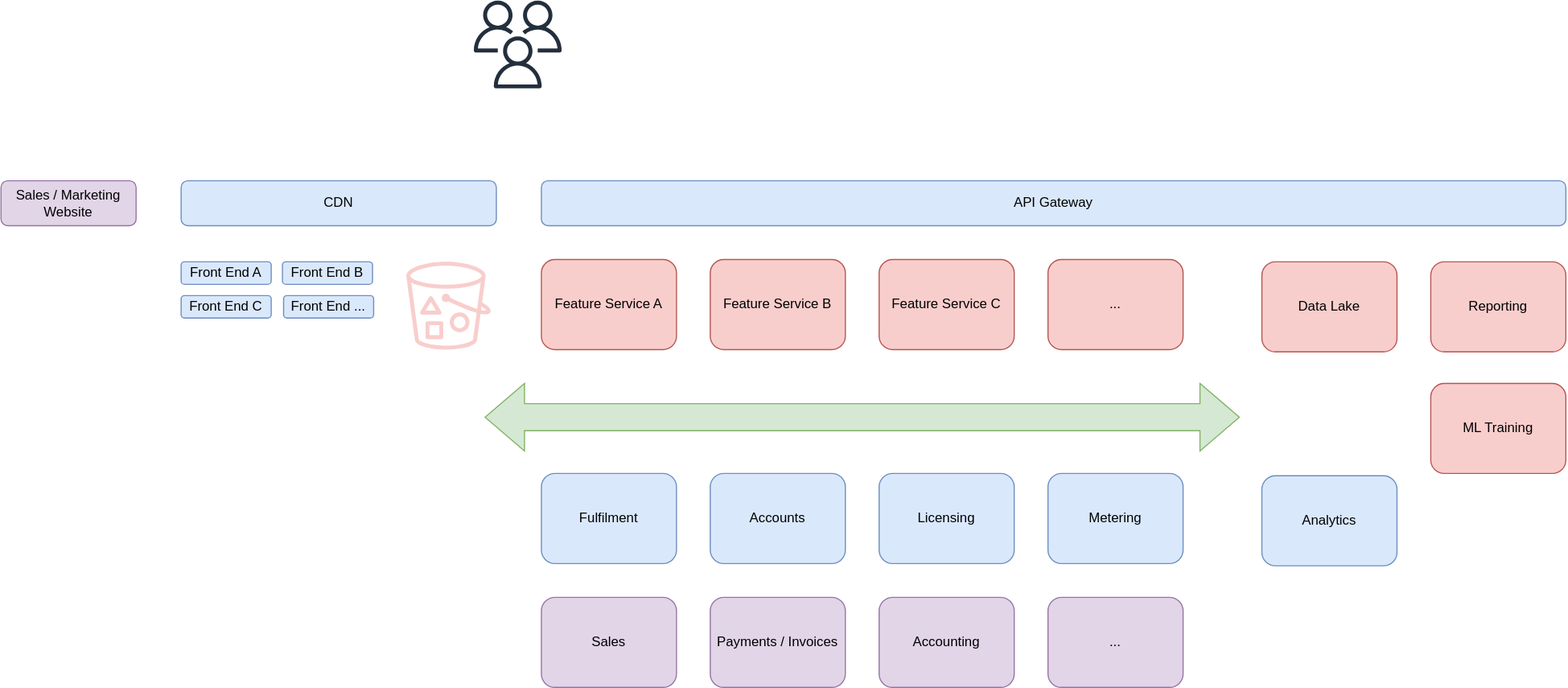
Before: assets/images/sass-architecture.svg, a diagram exported from draw.io (TheCandidStartup/TheCandidStartup.github.io). Source tidied: cells renumbered, new cells last; positions are measured from the earlier drawing's top-left corner, leaving out a move shared by most shapes.
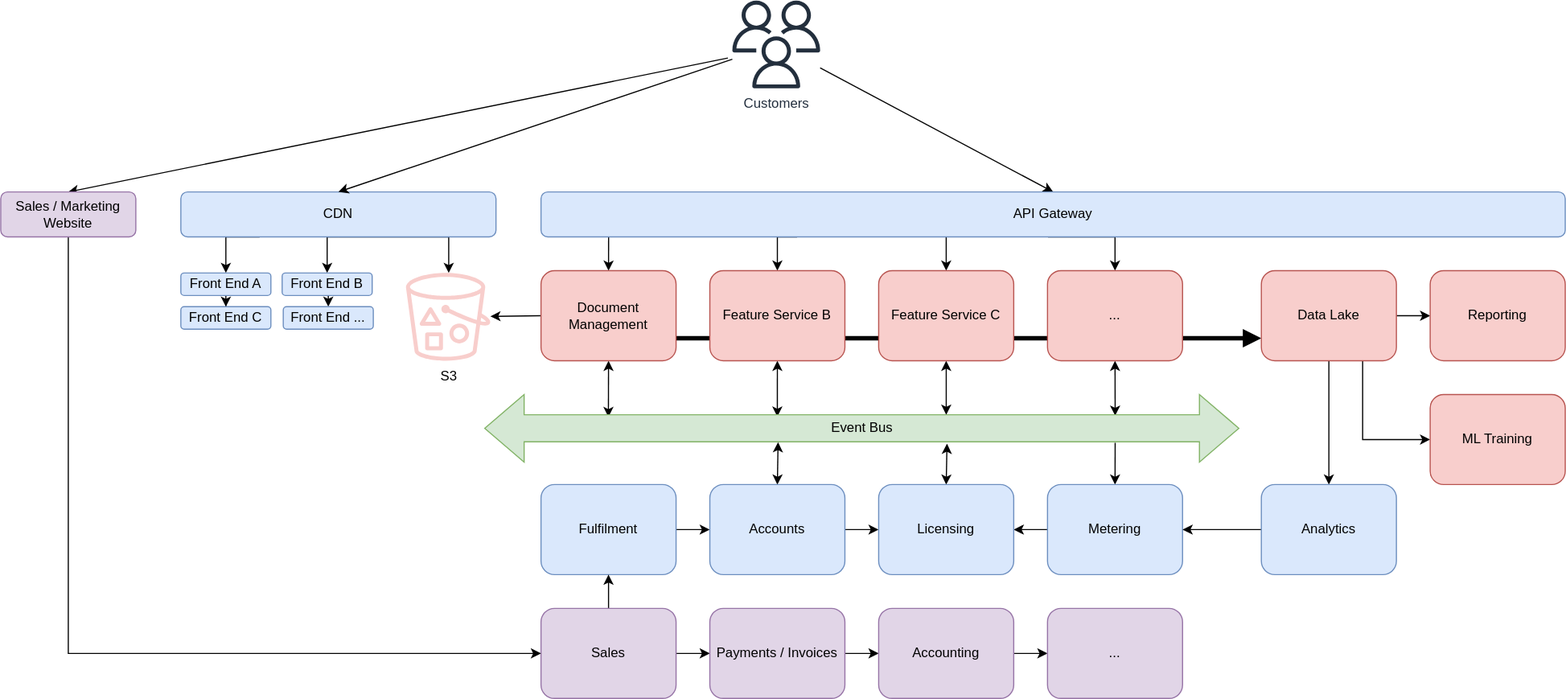
Above is the later version.

Change to the diagram source:
```diff
@@ -2,45 +2,132 @@
   <root>
     <mxCell id="0" />
     <mxCell id="1" parent="0" />
+    <mxCell id="28" style="edgeStyle=orthogonalEdgeStyle;rounded=0;jettySize=auto;html=1;exitX=0.5;exitY=1;exitDx=0;exitDy=0;startArrow=none;startFill=0;endArrow=classic;endFill=1;" parent="1" edge="1" source="12" target="13">
+      <mxGeometry relative="1" as="geometry">
+        <Array as="points">
+          <mxPoint x="398" y="200" />
+        </Array>
+      </mxGeometry>
+    </mxCell>
+    <mxCell id="29" style="edgeStyle=none;rounded=0;jettySize=auto;html=1;exitX=0.5;exitY=0;exitDx=0;exitDy=0;entryX=0.066;entryY=1;entryDx=0;entryDy=0;entryPerimeter=0;startArrow=classic;startFill=1;endArrow=none;endFill=0;" parent="1" edge="1" source="2" target="11">
+      <mxGeometry relative="1" as="geometry" />
+    </mxCell>
+    <mxCell id="30" style="rounded=0;jettySize=auto;html=1;exitX=0.5;exitY=1;exitDx=0;exitDy=0;entryX=0.164;entryY=0.333;entryDx=0;entryDy=0;entryPerimeter=0;startArrow=classic;startFill=1;endArrow=classic;endFill=1;" parent="1" edge="1" source="2" target="6">
+      <mxGeometry relative="1" as="geometry" />
+    </mxCell>
+    <mxCell id="31" style="edgeStyle=none;rounded=0;jettySize=auto;html=1;exitX=0;exitY=0.5;exitDx=0;exitDy=0;startArrow=none;startFill=0;endArrow=classic;endFill=1;" parent="1" edge="1" source="2" target="13">
+      <mxGeometry relative="1" as="geometry" />
+    </mxCell>
+    <mxCell id="32" style="edgeStyle=none;rounded=0;jettySize=auto;html=1;exitX=1;exitY=0.75;exitDx=0;exitDy=0;entryX=0;entryY=0.75;entryDx=0;entryDy=0;startArrow=none;startFill=0;endArrow=block;endFill=1;strokeWidth=4;" parent="1" edge="1" source="2" target="24">
+      <mxGeometry relative="1" as="geometry" />
+    </mxCell>
-    <mxCell id="2" value="Feature Service A" style="rounded=1;whiteSpace=wrap;html=1;fillColor=#f8cecc;strokeColor=#b85450;" parent="1" vertex="1">
+    <mxCell id="2" value="Document Management" style="rounded=1;whiteSpace=wrap;html=1;fillColor=#f8cecc;strokeColor=#b85450;" parent="1" vertex="1">
       <mxGeometry x="480" y="230" width="120" height="80" as="geometry" />
     </mxCell>
+    <mxCell id="33" style="edgeStyle=orthogonalEdgeStyle;rounded=0;jettySize=auto;html=1;exitX=0.5;exitY=0;exitDx=0;exitDy=0;entryX=0.25;entryY=1;entryDx=0;entryDy=0;startArrow=classic;startFill=1;endArrow=none;endFill=0;" parent="1" edge="1" source="3" target="11">
+      <mxGeometry relative="1" as="geometry">
+        <Array as="points">
+          <mxPoint x="690" y="200" />
+        </Array>
+      </mxGeometry>
+    </mxCell>
+    <mxCell id="34" style="edgeStyle=none;rounded=0;jettySize=auto;html=1;exitX=0.5;exitY=1;exitDx=0;exitDy=0;entryX=0.388;entryY=0.328;entryDx=0;entryDy=0;entryPerimeter=0;startArrow=classic;startFill=1;endArrow=classic;endFill=1;" parent="1" edge="1" source="3" target="6">
+      <mxGeometry relative="1" as="geometry" />
+    </mxCell>
     <mxCell id="3" value="Feature Service B" style="rounded=1;whiteSpace=wrap;html=1;fillColor=#f8cecc;strokeColor=#b85450;" parent="1" vertex="1">
       <mxGeometry x="630" y="230" width="120" height="80" as="geometry" />
     </mxCell>
+    <mxCell id="35" style="edgeStyle=orthogonalEdgeStyle;rounded=0;jettySize=auto;html=1;exitX=0.5;exitY=0;exitDx=0;exitDy=0;entryX=0.495;entryY=1;entryDx=0;entryDy=0;entryPerimeter=0;startArrow=classic;startFill=1;endArrow=none;endFill=0;" parent="1" edge="1" source="4" target="11">
+      <mxGeometry relative="1" as="geometry">
+        <Array as="points">
+          <mxPoint x="990" y="200" />
+        </Array>
+      </mxGeometry>
+    </mxCell>
+    <mxCell id="36" style="edgeStyle=none;rounded=0;jettySize=auto;html=1;exitX=0.5;exitY=1;exitDx=0;exitDy=0;entryX=0.836;entryY=0.314;entryDx=0;entryDy=0;entryPerimeter=0;startArrow=classic;startFill=1;endArrow=classic;endFill=1;" parent="1" edge="1" source="4" target="6">
+      <mxGeometry relative="1" as="geometry" />
+    </mxCell>
     <mxCell id="4" value="..." style="rounded=1;whiteSpace=wrap;html=1;fillColor=#f8cecc;strokeColor=#b85450;" parent="1" vertex="1">
       <mxGeometry x="930" y="230" width="120" height="80" as="geometry" />
     </mxCell>
+    <mxCell id="37" style="edgeStyle=orthogonalEdgeStyle;rounded=0;jettySize=auto;html=1;exitX=0.5;exitY=0;exitDx=0;exitDy=0;startArrow=classic;startFill=1;endArrow=none;endFill=0;" parent="1" edge="1" source="5" target="11">
+      <mxGeometry relative="1" as="geometry">
+        <Array as="points">
+          <mxPoint x="880" y="200" />
+          <mxPoint x="880" y="200" />
+        </Array>
+      </mxGeometry>
+    </mxCell>
+    <mxCell id="38" style="edgeStyle=none;rounded=0;jettySize=auto;html=1;exitX=0.5;exitY=1;exitDx=0;exitDy=0;entryX=0.612;entryY=0.3;entryDx=0;entryDy=0;entryPerimeter=0;startArrow=classic;startFill=1;endArrow=classic;endFill=1;" parent="1" edge="1" source="5" target="6">
+      <mxGeometry relative="1" as="geometry" />
+    </mxCell>
     <mxCell id="5" value="Feature Service C" style="rounded=1;whiteSpace=wrap;html=1;fillColor=#f8cecc;strokeColor=#b85450;" parent="1" vertex="1">
       <mxGeometry x="780" y="230" width="120" height="80" as="geometry" />
     </mxCell>
-    <mxCell id="6" style="html=1;shadow=0;dashed=0;align=center;verticalAlign=middle;shape=mxgraph.arrows2.twoWayArrow;dy=0.6;dx=35;fillColor=#d5e8d4;strokeColor=#82b366;" parent="1" vertex="1">
+    <mxCell id="6" value="Event Bus" style="html=1;shadow=0;dashed=0;align=center;verticalAlign=middle;shape=mxgraph.arrows2.twoWayArrow;dy=0.6;dx=35;fillColor=#d5e8d4;strokeColor=#82b366;" parent="1" vertex="1">
       <mxGeometry x="430" y="340" width="670" height="60" as="geometry" />
     </mxCell>
+    <mxCell id="39" style="edgeStyle=none;rounded=0;jettySize=auto;html=1;exitX=1;exitY=0.5;exitDx=0;exitDy=0;startArrow=none;startFill=0;endArrow=classic;endFill=1;" parent="1" edge="1" source="7" target="8">
+      <mxGeometry relative="1" as="geometry" />
+    </mxCell>
     <mxCell id="7" value="Fulfilment" style="rounded=1;whiteSpace=wrap;html=1;fillColor=#dae8fc;strokeColor=#6c8ebf;" parent="1" vertex="1">
       <mxGeometry x="480" y="420" width="120" height="80" as="geometry" />
     </mxCell>
+    <mxCell id="40" style="rounded=0;jettySize=auto;html=1;exitX=0.5;exitY=0;exitDx=0;exitDy=0;entryX=0.389;entryY=0.706;entryDx=0;entryDy=0;entryPerimeter=0;startArrow=classic;startFill=1;endArrow=classic;endFill=1;" parent="1" edge="1" source="8" target="6">
+      <mxGeometry relative="1" as="geometry" />
+    </mxCell>
+    <mxCell id="41" style="edgeStyle=none;rounded=0;jettySize=auto;html=1;exitX=1;exitY=0.5;exitDx=0;exitDy=0;entryX=0;entryY=0.5;entryDx=0;entryDy=0;startArrow=none;startFill=0;endArrow=classic;endFill=1;" parent="1" edge="1" source="8" target="10">
+      <mxGeometry relative="1" as="geometry" />
+    </mxCell>
     <mxCell id="8" value="Accounts" style="rounded=1;whiteSpace=wrap;html=1;fillColor=#dae8fc;strokeColor=#6c8ebf;" parent="1" vertex="1">
       <mxGeometry x="630" y="420" width="120" height="80" as="geometry" />
     </mxCell>
+    <mxCell id="42" style="edgeStyle=orthogonalEdgeStyle;rounded=0;jettySize=auto;html=1;exitX=0;exitY=0.5;exitDx=0;exitDy=0;startArrow=none;startFill=0;endArrow=classic;endFill=1;" parent="1" edge="1" source="9" target="10">
+      <mxGeometry relative="1" as="geometry" />
+    </mxCell>
+    <mxCell id="43" style="edgeStyle=orthogonalEdgeStyle;rounded=0;jettySize=auto;html=1;exitX=0.5;exitY=0;exitDx=0;exitDy=0;entryX=0.836;entryY=0.716;entryDx=0;entryDy=0;entryPerimeter=0;startArrow=classic;startFill=1;endArrow=none;endFill=0;" parent="1" edge="1" source="9" target="6">
+      <mxGeometry relative="1" as="geometry" />
+    </mxCell>
     <mxCell id="9" value="Metering" style="rounded=1;whiteSpace=wrap;html=1;fillColor=#dae8fc;strokeColor=#6c8ebf;" parent="1" vertex="1">
       <mxGeometry x="930" y="420" width="120" height="80" as="geometry" />
     </mxCell>
+    <mxCell id="44" style="edgeStyle=orthogonalEdgeStyle;rounded=0;jettySize=auto;html=1;exitX=0.5;exitY=0;exitDx=0;exitDy=0;entryX=0.613;entryY=0.728;entryDx=0;entryDy=0;entryPerimeter=0;startArrow=classic;startFill=1;endArrow=classic;endFill=1;" parent="1" edge="1" source="10" target="6">
+      <mxGeometry relative="1" as="geometry" />
+    </mxCell>
     <mxCell id="10" value="Licensing" style="rounded=1;whiteSpace=wrap;html=1;fillColor=#dae8fc;strokeColor=#6c8ebf;" parent="1" vertex="1">
       <mxGeometry x="780" y="420" width="120" height="80" as="geometry" />
     </mxCell>
+    <mxCell id="45" style="edgeStyle=none;rounded=0;jettySize=auto;html=1;exitX=0.5;exitY=0;exitDx=0;exitDy=0;startArrow=classic;startFill=1;endArrow=none;endFill=0;" parent="1" edge="1" source="11" target="23">
+      <mxGeometry relative="1" as="geometry" />
+    </mxCell>
     <mxCell id="11" value="API Gateway" style="rounded=1;whiteSpace=wrap;html=1;fillColor=#dae8fc;strokeColor=#6c8ebf;" parent="1" vertex="1">
       <mxGeometry x="480" y="160" width="910" height="40" as="geometry" />
     </mxCell>
+    <mxCell id="46" style="edgeStyle=orthogonalEdgeStyle;rounded=0;jettySize=auto;html=1;exitX=0.5;exitY=1;exitDx=0;exitDy=0;entryX=0.5;entryY=0;entryDx=0;entryDy=0;startArrow=none;startFill=0;endArrow=classic;endFill=1;" parent="1" edge="1" source="12" target="15">
+      <mxGeometry relative="1" as="geometry" />
+    </mxCell>
+    <mxCell id="47" style="edgeStyle=orthogonalEdgeStyle;rounded=0;jettySize=auto;html=1;exitX=0.25;exitY=1;exitDx=0;exitDy=0;entryX=0.5;entryY=0;entryDx=0;entryDy=0;startArrow=none;startFill=0;endArrow=classic;endFill=1;" parent="1" edge="1" source="12" target="14">
+      <mxGeometry relative="1" as="geometry">
+        <Array as="points">
+          <mxPoint x="200" y="200" />
+        </Array>
+      </mxGeometry>
+    </mxCell>
     <mxCell id="12" value="CDN" style="rounded=1;whiteSpace=wrap;html=1;fillColor=#dae8fc;strokeColor=#6c8ebf;" parent="1" vertex="1">
       <mxGeometry x="160" y="160" width="280" height="40" as="geometry" />
     </mxCell>
-    <mxCell id="13" style="sketch=0;outlineConnect=0;fillColor=#f8cecc;strokeColor=#b85450;dashed=0;verticalLabelPosition=bottom;verticalAlign=top;align=center;html=1;fontSize=12;fontStyle=0;shape=mxgraph.aws4.bucket_with_objects;" parent="1" vertex="1">
+    <mxCell id="13" value="S3" style="sketch=0;outlineConnect=0;fillColor=#f8cecc;strokeColor=#b85450;dashed=0;verticalLabelPosition=bottom;verticalAlign=top;align=center;html=1;fontSize=12;fontStyle=0;shape=mxgraph.aws4.bucket_with_objects;" parent="1" vertex="1">
       <mxGeometry x="360" y="232" width="75" height="78" as="geometry" />
     </mxCell>
+    <mxCell id="48" style="edgeStyle=orthogonalEdgeStyle;rounded=0;jettySize=auto;html=1;exitX=0.5;exitY=1;exitDx=0;exitDy=0;startArrow=none;startFill=0;endArrow=classic;endFill=1;" parent="1" edge="1" source="14" target="16">
+      <mxGeometry relative="1" as="geometry" />
+    </mxCell>
     <mxCell id="14" value="Front End A" style="rounded=1;whiteSpace=wrap;html=1;fillColor=#dae8fc;strokeColor=#6c8ebf;" parent="1" vertex="1">
       <mxGeometry x="160" y="232" width="80" height="20" as="geometry" />
     </mxCell>
+    <mxCell id="49" style="edgeStyle=orthogonalEdgeStyle;rounded=0;jettySize=auto;html=1;exitX=0.5;exitY=1;exitDx=0;exitDy=0;entryX=0.5;entryY=0;entryDx=0;entryDy=0;startArrow=none;startFill=0;endArrow=classic;endFill=1;" parent="1" edge="1" source="15" target="17">
+      <mxGeometry relative="1" as="geometry" />
+    </mxCell>
     <mxCell id="15" value="Front End B" style="rounded=1;whiteSpace=wrap;html=1;fillColor=#dae8fc;strokeColor=#6c8ebf;" parent="1" vertex="1">
       <mxGeometry x="250" y="232" width="80" height="20" as="geometry" />
     </mxCell>
@@ -50,35 +137,68 @@
     <mxCell id="17" value="Front End ..." style="rounded=1;whiteSpace=wrap;html=1;fillColor=#dae8fc;strokeColor=#6c8ebf;" parent="1" vertex="1">
       <mxGeometry x="251" y="262" width="80" height="20" as="geometry" />
     </mxCell>
+    <mxCell id="50" style="edgeStyle=orthogonalEdgeStyle;rounded=0;jettySize=auto;html=1;exitX=0.5;exitY=0;exitDx=0;exitDy=0;entryX=0.5;entryY=1;entryDx=0;entryDy=0;startArrow=none;startFill=0;endArrow=classic;endFill=1;" parent="1" edge="1" source="18" target="7">
+      <mxGeometry relative="1" as="geometry" />
+    </mxCell>
+    <mxCell id="51" style="edgeStyle=orthogonalEdgeStyle;rounded=0;jettySize=auto;html=1;exitX=1;exitY=0.5;exitDx=0;exitDy=0;entryX=0;entryY=0.5;entryDx=0;entryDy=0;startArrow=none;startFill=0;endArrow=classic;endFill=1;" parent="1" edge="1" source="18" target="19">
+      <mxGeometry relative="1" as="geometry" />
+    </mxCell>
     <mxCell id="18" value="Sales" style="rounded=1;whiteSpace=wrap;html=1;fillColor=#e1d5e7;strokeColor=#9673a6;" parent="1" vertex="1">
       <mxGeometry x="480" y="530" width="120" height="80" as="geometry" />
     </mxCell>
+    <mxCell id="52" style="edgeStyle=orthogonalEdgeStyle;rounded=0;jettySize=auto;html=1;exitX=1;exitY=0.5;exitDx=0;exitDy=0;entryX=0;entryY=0.5;entryDx=0;entryDy=0;startArrow=none;startFill=0;endArrow=classic;endFill=1;" parent="1" edge="1" source="19" target="20">
+      <mxGeometry relative="1" as="geometry" />
+    </mxCell>
     <mxCell id="19" value="Payments / Invoices" style="rounded=1;whiteSpace=wrap;html=1;fillColor=#e1d5e7;strokeColor=#9673a6;" parent="1" vertex="1">
       <mxGeometry x="630" y="530" width="120" height="80" as="geometry" />
     </mxCell>
+    <mxCell id="53" style="edgeStyle=orthogonalEdgeStyle;rounded=0;jettySize=auto;html=1;exitX=1;exitY=0.5;exitDx=0;exitDy=0;startArrow=none;startFill=0;endArrow=classic;endFill=1;" parent="1" edge="1" source="20" target="21">
+      <mxGeometry relative="1" as="geometry" />
+    </mxCell>
     <mxCell id="20" value="Accounting" style="rounded=1;whiteSpace=wrap;html=1;fillColor=#e1d5e7;strokeColor=#9673a6;" parent="1" vertex="1">
       <mxGeometry x="780" y="530" width="120" height="80" as="geometry" />
     </mxCell>
     <mxCell id="21" value="..." style="rounded=1;whiteSpace=wrap;html=1;fillColor=#e1d5e7;strokeColor=#9673a6;" parent="1" vertex="1">
       <mxGeometry x="930" y="530" width="120" height="80" as="geometry" />
     </mxCell>
+    <mxCell id="54" style="edgeStyle=none;rounded=0;jettySize=auto;html=1;exitX=0.5;exitY=0;exitDx=0;exitDy=0;startArrow=classic;startFill=1;endArrow=none;endFill=0;entryX=-0.051;entryY=0.654;entryDx=0;entryDy=0;entryPerimeter=0;" parent="1" edge="1" source="22" target="23">
+      <mxGeometry relative="1" as="geometry" />
+    </mxCell>
+    <mxCell id="55" style="edgeStyle=orthogonalEdgeStyle;rounded=0;jettySize=auto;html=1;exitX=0.5;exitY=1;exitDx=0;exitDy=0;entryX=0;entryY=0.5;entryDx=0;entryDy=0;startArrow=none;startFill=0;endArrow=classic;endFill=1;" parent="1" edge="1" source="22" target="18">
+      <mxGeometry relative="1" as="geometry" />
+    </mxCell>
     <mxCell id="22" value="Sales / Marketing Website" style="rounded=1;whiteSpace=wrap;html=1;fillColor=#e1d5e7;strokeColor=#9673a6;" parent="1" vertex="1">
       <mxGeometry y="160" width="120" height="40" as="geometry" />
     </mxCell>
-    <mxCell id="23" style="sketch=0;outlineConnect=0;fontColor=#232F3E;gradientColor=none;fillColor=#232F3D;strokeColor=none;dashed=0;verticalLabelPosition=bottom;verticalAlign=top;align=center;html=1;fontSize=12;fontStyle=0;shape=mxgraph.aws4.users;" parent="1" vertex="1">
-      <mxGeometry x="420" width="78" height="78" as="geometry" />
+    <mxCell id="23" value="Customers" style="sketch=0;outlineConnect=0;fontColor=#232F3E;gradientColor=none;fillColor=#232F3D;strokeColor=none;dashed=0;verticalLabelPosition=bottom;verticalAlign=top;align=center;html=1;fontSize=12;fontStyle=0;shape=mxgraph.aws4.users;" parent="1" vertex="1">
+      <mxGeometry x="650" y="-10" width="78" height="78" as="geometry" />
     </mxCell>
+    <mxCell id="56" style="edgeStyle=none;rounded=0;jettySize=auto;html=1;exitX=1;exitY=0.5;exitDx=0;exitDy=0;entryX=0;entryY=0.5;entryDx=0;entryDy=0;strokeWidth=1;startArrow=none;startFill=0;endArrow=classic;endFill=1;" parent="1" edge="1" source="24" target="26">
+      <mxGeometry relative="1" as="geometry" />
+    </mxCell>
+    <mxCell id="57" style="edgeStyle=none;rounded=0;jettySize=auto;html=1;exitX=0.5;exitY=1;exitDx=0;exitDy=0;strokeWidth=1;startArrow=none;startFill=0;endArrow=classic;endFill=1;" parent="1" edge="1" source="24" target="25">
+      <mxGeometry relative="1" as="geometry" />
+    </mxCell>
+    <mxCell id="58" style="edgeStyle=orthogonalEdgeStyle;rounded=0;jettySize=auto;html=1;exitX=0.75;exitY=1;exitDx=0;exitDy=0;entryX=0;entryY=0.5;entryDx=0;entryDy=0;strokeWidth=1;startArrow=none;startFill=0;endArrow=classic;endFill=1;" parent="1" edge="1" source="24" target="27">
+      <mxGeometry relative="1" as="geometry" />
+    </mxCell>
     <mxCell id="24" value="Data Lake" style="rounded=1;whiteSpace=wrap;html=1;fillColor=#f8cecc;strokeColor=#b85450;" parent="1" vertex="1">
-      <mxGeometry x="1120" y="232" width="120" height="80" as="geometry" />
+      <mxGeometry x="1120" y="230" width="120" height="80" as="geometry" />
     </mxCell>
+    <mxCell id="59" style="rounded=0;jettySize=auto;html=1;exitX=0;exitY=0.5;exitDx=0;exitDy=0;entryX=1;entryY=0.5;entryDx=0;entryDy=0;strokeWidth=1;startArrow=none;startFill=0;endArrow=classic;endFill=1;" parent="1" edge="1" source="25" target="9">
+      <mxGeometry relative="1" as="geometry" />
+    </mxCell>
     <mxCell id="25" value="Analytics" style="rounded=1;whiteSpace=wrap;html=1;fillColor=#dae8fc;strokeColor=#6c8ebf;" parent="1" vertex="1">
-      <mxGeometry x="1120" y="422" width="120" height="80" as="geometry" />
+      <mxGeometry x="1120" y="420" width="120" height="80" as="geometry" />
     </mxCell>
     <mxCell id="26" value="Reporting" style="rounded=1;whiteSpace=wrap;html=1;fillColor=#f8cecc;strokeColor=#b85450;" parent="1" vertex="1">
-      <mxGeometry x="1270" y="232" width="120" height="80" as="geometry" />
+      <mxGeometry x="1270" y="230" width="120" height="80" as="geometry" />
     </mxCell>
     <mxCell id="27" value="ML Training" style="rounded=1;whiteSpace=wrap;html=1;fillColor=#f8cecc;strokeColor=#b85450;" parent="1" vertex="1">
       <mxGeometry x="1270" y="340" width="120" height="80" as="geometry" />
     </mxCell>
+    <mxCell id="60" style="rounded=0;jettySize=auto;html=1;exitX=0.5;exitY=0;exitDx=0;exitDy=0;startArrow=classic;startFill=1;endArrow=none;endFill=0;" parent="1" edge="1" source="12" target="23">
+      <mxGeometry relative="1" as="geometry" />
+    </mxCell>
   </root>
 </mxGraphModel>
```
